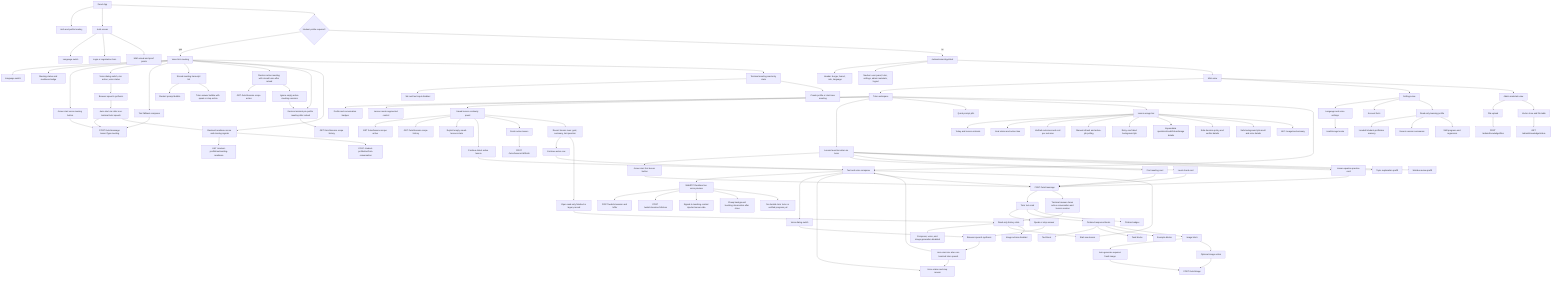
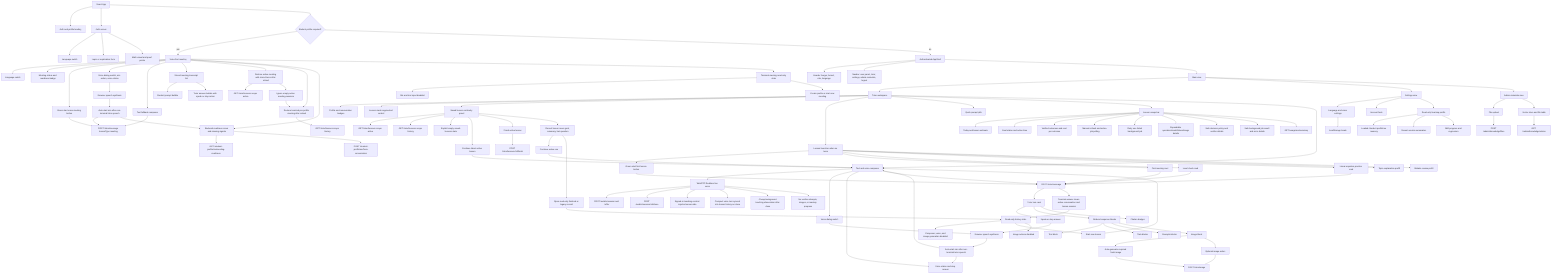
flowchart TB
  App[React App] --> Loading[Auth and profile loading]
  App --> Auth[Auth screen]
  Auth --> AuthLang[Language switch]
  Auth --> AuthForm[Login or registration form]
  Auth --> AuthVisual[Math visual and proof points]

  App --> FirstMeeting{Student profile required?}
  FirstMeeting -->|yes| Meeting[Voice-first meeting]
  Meeting --> MeetingLang[Language switch]
  Meeting --> MeetingStatus[Meeting status and readiness badge]
  Meeting --> VoiceStart[Green start voice meeting button]
  Meeting --> MeetingVoice[Voice dialog switch, mic action, voice status]
  MeetingVoice --> MeetingSpeech[Browser speech synthesis]
  MeetingSpeech --> MeetingAutoMic[Auto-start mic after non-terminal tutor speech]
  Meeting --> TextFallback[Text fallback composer]
  Meeting --> MeetingTranscript[Stored meeting transcript list]
  MeetingTranscript --> StudentBubble[Student prompt bubble]
  MeetingTranscript --> TutorBubble[Tutor answer bubble with speak or stop action]
  Meeting --> MeetingHydration[Restore active meeting with stored turns after reload]
  MeetingHydration --> ActiveMeetingApi[GET /tutor/lessons scope active]
  MeetingHydration --> EmptyActiveMeeting[Ignore empty active meeting sessions]
  EmptyActiveMeeting --> TerminalMeetingHydration
  Meeting --> TerminalMeetingHydration[Restore terminal pre-profile meeting after reload]
  TerminalMeetingHydration --> HistoricalMeetingApi[GET /tutor/lessons scope history]
  Meeting --> MeetingReadiness[Backend readiness score and missing signals]
  MeetingReadiness --> MeetingReadinessApi[GET /student-profile/me/meeting-readiness]
  Meeting --> TerminalMeeting[Terminal meeting read-only state]
  TerminalMeeting --> DisabledMeetingInput[Mic and text input disabled]
  TerminalMeeting --> ProfileOrRestart[Create profile or start new meeting]
  VoiceStart --> MeetingTutorApi[POST /tutor/message lessonType meeting]
  TextFallback --> MeetingTutorApi
  MeetingAutoMic --> MeetingTutorApi
  MeetingAutoMic --> MeetingReadiness
  MeetingReadiness --> ProfileApi[POST /student-profile/me/from-conversation]

  FirstMeeting -->|no| Shell[Authenticated AppShell]
  Shell --> Header[Header: burger, brand, role, language]
  Shell --> Navbar[Navbar: user panel, tutor, settings, admin materials, logout]
  Shell --> Main[Main view]

  Main --> Tutor[Tutor workspace]
  Tutor --> TutorStatus[Profile and conversation badges]
  Tutor --> LessonMode[Lesson mode segmented control]
  Tutor --> LessonHistory[Saved lesson continuity panel]
  LessonHistory --> ActiveHistoryApi[GET /tutor/lessons scope active]
  LessonHistory --> ArchivedHistoryApi[GET /tutor/lessons scope history]
  LessonHistory --> EmptyHistory[Explicit empty saved-lessons state]
  LessonHistory --> ResumeLatest[Continue latest active lesson]
  LessonHistory --> FinishLesson[Finish active lesson]
  FinishLesson --> FinishApi[POST /tutor/lessons/:id/finish]
  LessonHistory --> HistoryRows[Recent lesson rows: goal, summary, last question]
  HistoryRows --> ContinueActive[Continue active row]
  HistoryRows --> OpenRecord[Open read-only finished or legacy record]
  ResumeLatest --> Composer
  ContinueActive --> Composer
  OpenRecord --> ReadOnlyState[Read-only history state]
  ReadOnlyState --> DisabledComposer[Composer, voice, and image generation disabled]
  ReadOnlyState --> NewLessonFromHistory[Start new lesson]
  NewLessonFromHistory --> Composer
  Tutor --> LessonLauncher[Lesson launcher when no turns]
  LessonLauncher --> StartFirst[Green start first lesson button]
  LessonLauncher --> MeetingCard[First meeting card]
  LessonLauncher --> DiagnosticCard[Level check card]
  LessonLauncher --> PracticeCard[Linear equation practice card]
  LessonLauncher --> TopicCard[Topic explanation prefill]
  LessonLauncher --> MistakeCard[Mistake review prefill]
  StartFirst --> TutorApi[POST /tutor/message]
  MeetingCard --> TutorApi
  DiagnosticCard --> TutorApi
  PracticeCard --> TutorApi
  Tutor --> QuickPrompts[Quick prompt pills]
  Tutor --> UsageBar[Lesson usage bar]
  UsageBar --> UsageSummary[Today and lesson estimate]
  UsageBar --> GoalStatus[Goal status and active time]
  UsageBar --> VerifiedOutcome[Verified outcomes and cost per outcome]
  UsageBar --> UsageRefresh[Manual refresh and active-job polling]
  UsageBar --> BackgroundRetry[Retry one failed background job]
  UsageBar --> UsageDetails[Expandable operation/model/token/image details]
  UsageBar --> DecisionDetails[Safe decision policy and verifier details]
  UsageBar --> BackgroundJobDetails[Safe background job result and error details]
  UsageBar --> UsageApi[GET /usage/me/summary]
  Tutor --> Composer[Text and voice composer]
-   Composer --> RealtimeVoice[WebRTC Realtime live voice preview]
+   Composer --> RealtimeVoice[WebRTC Realtime live voice]
  RealtimeVoice --> WebRtcApi[POST /webrtc/session and /offer]
  RealtimeVoice --> RealtimeClose[POST /webrtc/session/:id/close]
  RealtimeVoice --> RealtimeContext[Signed-in teaching context injected server-side]
+   RealtimeVoice --> RealtimeSync[Compact voice turn synced into lesson history on close]
  RealtimeVoice --> RealtimeReview[Cheap background teaching observation after close]
-   RealtimeVoice --> RealtimeLimit[No durable tutor turns or verified progress yet]
+   RealtimeVoice --> RealtimeLimit[No verifier attempts, images, or mastery progress]
  Composer --> VoiceOutput[Voice dialog switch]
  Composer --> VoiceStatus[Voice status and stop reason]
  VoiceOutput --> SpeechSynthesis[Browser speech synthesis]
  SpeechSynthesis --> AutoMic[Auto-start mic after non-terminal tutor speech]
  AutoMic --> VoiceStatus
  AutoMic --> Composer
  Composer --> TutorApi[POST /tutor/message]
  TutorApi --> TurnCard[Tutor turn card]
  TutorApi --> TerminalBoundary[Terminal answer clears active conversation and lesson session]
  TerminalBoundary --> ReadOnlyState
  TurnCard --> SpeakAction[Speak or stop answer]
  SpeakAction --> SpeechSynthesis
  TurnCard --> Blocks[Ordered response blocks]
  Blocks --> Explanation[Text block]
  Blocks --> Tasks[Task blocks]
  Blocks --> Examples[Example blocks]
  Blocks --> ImageBlock[Image block]
  TurnCard --> Citations[Citation badges]
  ImageBlock --> AutoImage[Auto-generate required fresh image]
  ImageBlock --> ImageAction[Optional image action]
  ReadOnlyState --> ImageDisabled[Image actions disabled]
  AutoImage --> ImageApi
  ImageAction --> ImageApi[POST /tutor/image]

  Main --> Settings[Settings view]
  Settings --> Interface[Language and voice settings]
  Settings --> Account[Account facts]
  Settings --> Profile[Read-only learning profile]
  Interface --> LocaleStore[localStorage locale]
  Profile --> ProfileMemory[Loaded /student-profile/me memory]
  Profile --> SessionMemory[Recent session summaries]
  Profile --> SkillMemory[Skill progress and regression]

  Main --> Knowledge[Admin materials view]
  Knowledge --> Upload[File upload]
  Knowledge --> Status[Vector store and file table]
  Upload --> KnowledgeApi[POST /admin/knowledge/files]
  Status --> StatusApi[GET /admin/knowledge/status]
